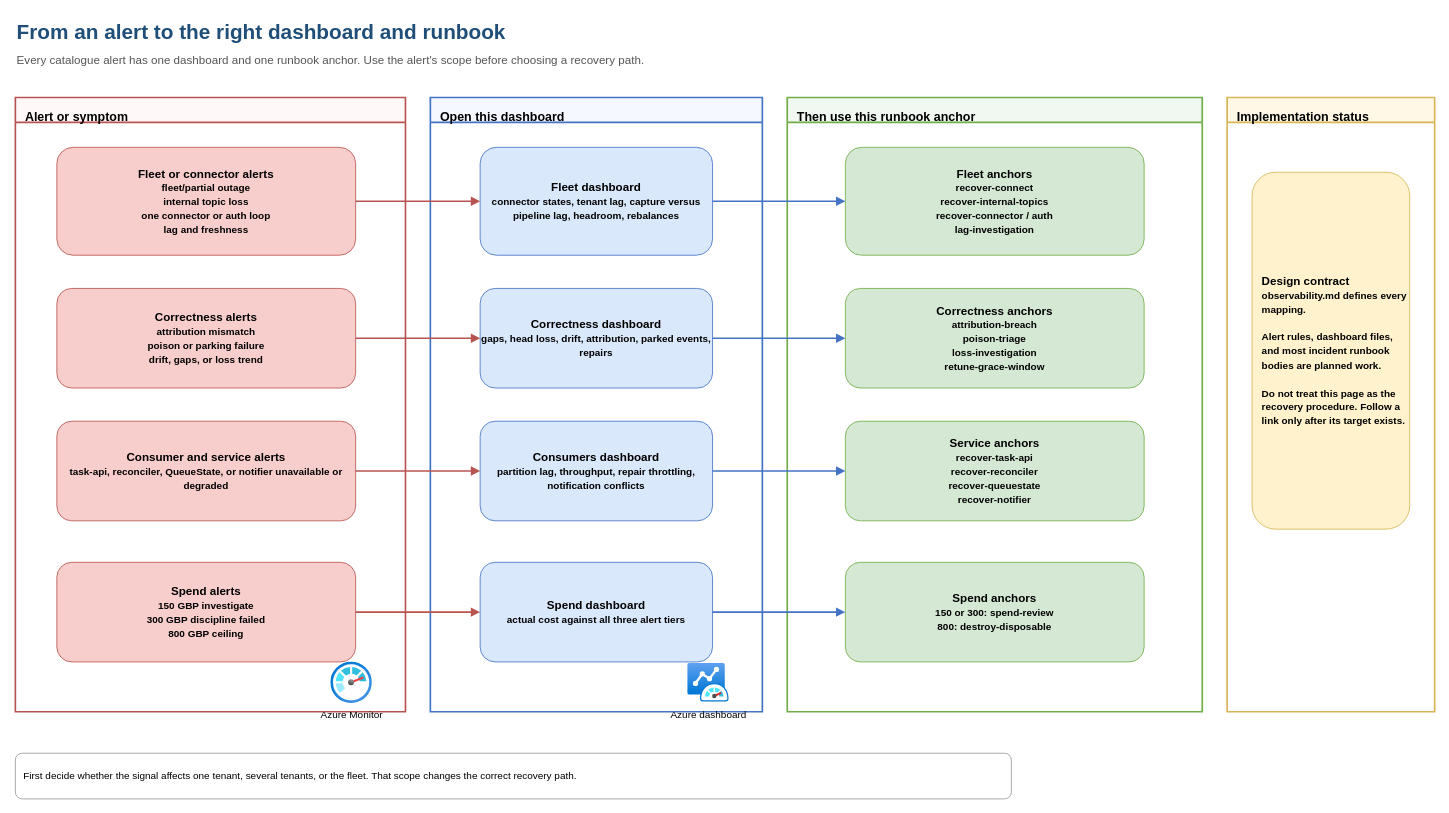
This is docs/diagrams/alert-dashboard-runbook.drawio from collaborationwithothers/cdc-platform-azure, a draw.io file, before an edit. Source tidied: cells renumbered, new cells numbered last; positions are measured from the earlier drawing's top-left corner, leaving out a move shared by most shapes. Both pictures are drawn from the tidied source at 83%, with x=0, y=0 at pixel (15, 14).
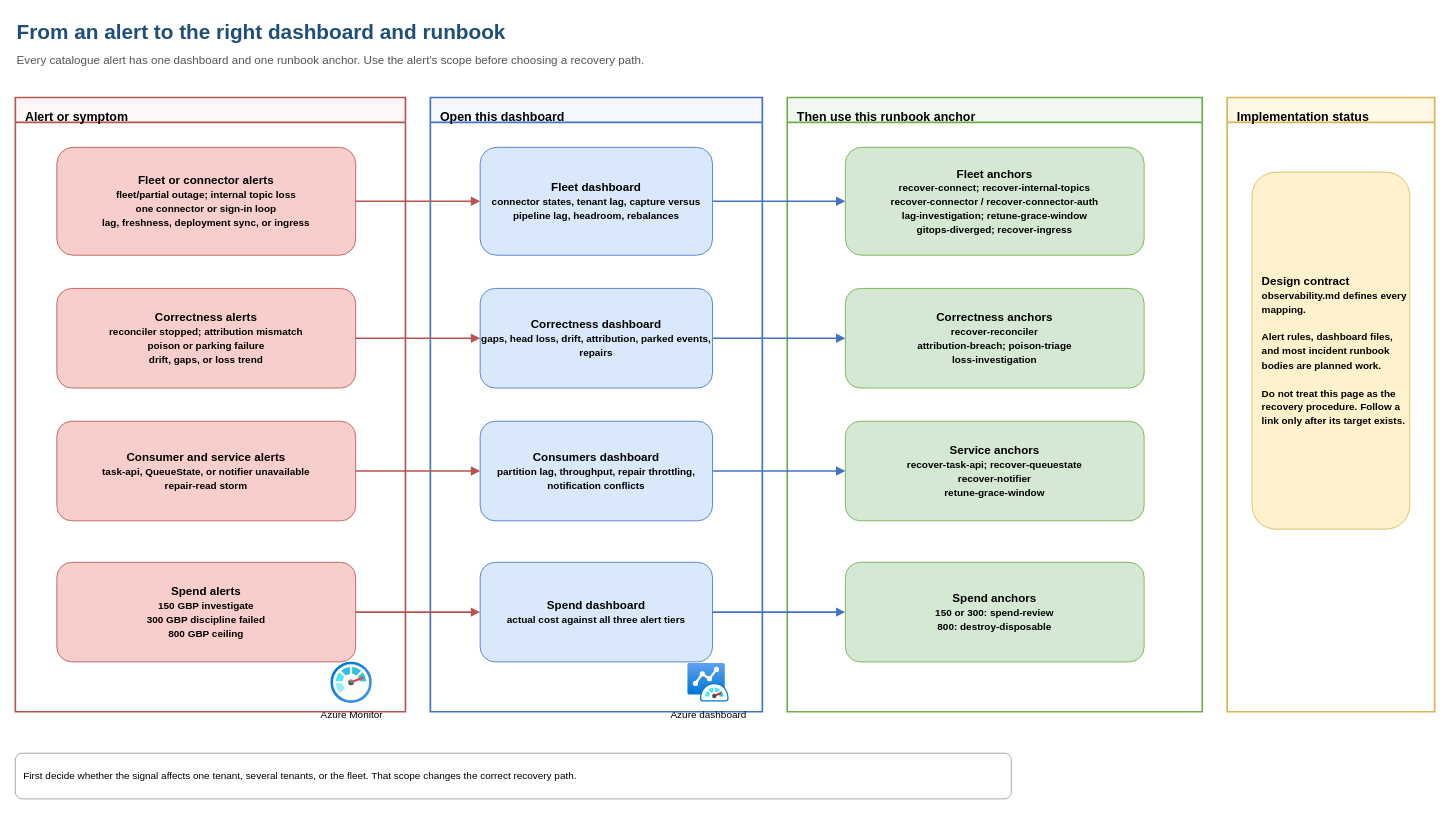
The same diagram, later.

What changed in the source:
```diff
@@
-    <mxCell id="8" value="Fleet or connector alerts&lt;br&gt;&lt;font style=&quot;font-size:12px&quot;&gt;fleet/partial outage&lt;br&gt;internal topic loss&lt;br&gt;one connector or auth loop&lt;br&gt;lag and freshness&lt;/font&gt;" style="rounded=1;whiteSpace=wrap;html=1;fillColor=#f8cecc;strokeColor=#b85450;fontSize=14;fontStyle=1;" parent="1" vertex="1">
+    <mxCell id="8" value="Fleet or connector alerts&lt;br&gt;&lt;font style=&quot;font-size:12px&quot;&gt;fleet/partial outage; internal topic loss&lt;br&gt;one connector or sign-in loop&lt;br&gt;lag, freshness, deployment sync, or ingress&lt;/font&gt;" style="rounded=1;whiteSpace=wrap;html=1;fillColor=#f8cecc;strokeColor=#b85450;fontSize=14;fontStyle=1;" parent="1" vertex="1">
       <mxGeometry x="50" y="160" width="360" height="130" as="geometry" />
     </mxCell>
-    <mxCell id="9" value="Correctness alerts&lt;br&gt;&lt;font style=&quot;font-size:12px&quot;&gt;attribution mismatch&lt;br&gt;poison or parking failure&lt;br&gt;drift, gaps, or loss trend&lt;/font&gt;" style="rounded=1;whiteSpace=wrap;html=1;fillColor=#f8cecc;strokeColor=#b85450;fontSize=14;fontStyle=1;" parent="1" vertex="1">
+    <mxCell id="9" value="Correctness alerts&lt;br&gt;&lt;font style=&quot;font-size:12px&quot;&gt;reconciler stopped; attribution mismatch&lt;br&gt;poison or parking failure&lt;br&gt;drift, gaps, or loss trend&lt;/font&gt;" style="rounded=1;whiteSpace=wrap;html=1;fillColor=#f8cecc;strokeColor=#b85450;fontSize=14;fontStyle=1;" parent="1" vertex="1">
       <mxGeometry x="50" y="330" width="360" height="120" as="geometry" />
     </mxCell>
-    <mxCell id="10" value="Consumer and service alerts&lt;br&gt;&lt;font style=&quot;font-size:12px&quot;&gt;task-api, reconciler, QueueState, or notifier unavailable or degraded&lt;/font&gt;" style="rounded=1;whiteSpace=wrap;html=1;fillColor=#f8cecc;strokeColor=#b85450;fontSize=14;fontStyle=1;" parent="1" vertex="1">
+    <mxCell id="10" value="Consumer and service alerts&lt;br&gt;&lt;font style=&quot;font-size:12px&quot;&gt;task-api, QueueState, or notifier unavailable&lt;br&gt;repair-read storm&lt;/font&gt;" style="rounded=1;whiteSpace=wrap;html=1;fillColor=#f8cecc;strokeColor=#b85450;fontSize=14;fontStyle=1;" parent="1" vertex="1">
       <mxGeometry x="50" y="490" width="360" height="120" as="geometry" />
     </mxCell>
@@
-    <mxCell id="16" value="Fleet anchors&lt;br&gt;&lt;font style=&quot;font-size:12px&quot;&gt;recover-connect&lt;br&gt;recover-internal-topics&lt;br&gt;recover-connector / auth&lt;br&gt;lag-investigation&lt;/font&gt;" style="rounded=1;whiteSpace=wrap;html=1;fillColor=#d5e8d4;strokeColor=#70ad47;fontSize=14;fontStyle=1;" parent="1" vertex="1">
+    <mxCell id="16" value="Fleet anchors&lt;br&gt;&lt;font style=&quot;font-size:12px&quot;&gt;recover-connect; recover-internal-topics&lt;br&gt;recover-connector / recover-connector-auth&lt;br&gt;lag-investigation; retune-grace-window&lt;br&gt;gitops-diverged; recover-ingress&lt;/font&gt;" style="rounded=1;whiteSpace=wrap;html=1;fillColor=#d5e8d4;strokeColor=#70ad47;fontSize=14;fontStyle=1;" parent="1" vertex="1">
       <mxGeometry x="1000" y="160" width="360" height="130" as="geometry" />
     </mxCell>
-    <mxCell id="17" value="Correctness anchors&lt;br&gt;&lt;font style=&quot;font-size:12px&quot;&gt;attribution-breach&lt;br&gt;poison-triage&lt;br&gt;loss-investigation&lt;br&gt;retune-grace-window&lt;/font&gt;" style="rounded=1;whiteSpace=wrap;html=1;fillColor=#d5e8d4;strokeColor=#70ad47;fontSize=14;fontStyle=1;" parent="1" vertex="1">
+    <mxCell id="17" value="Correctness anchors&lt;br&gt;&lt;font style=&quot;font-size:12px&quot;&gt;recover-reconciler&lt;br&gt;attribution-breach; poison-triage&lt;br&gt;loss-investigation&lt;/font&gt;" style="rounded=1;whiteSpace=wrap;html=1;fillColor=#d5e8d4;strokeColor=#70ad47;fontSize=14;fontStyle=1;" parent="1" vertex="1">
       <mxGeometry x="1000" y="330" width="360" height="120" as="geometry" />
     </mxCell>
-    <mxCell id="18" value="Service anchors&lt;br&gt;&lt;font style=&quot;font-size:12px&quot;&gt;recover-task-api&lt;br&gt;recover-reconciler&lt;br&gt;recover-queuestate&lt;br&gt;recover-notifier&lt;/font&gt;" style="rounded=1;whiteSpace=wrap;html=1;fillColor=#d5e8d4;strokeColor=#70ad47;fontSize=14;fontStyle=1;" parent="1" vertex="1">
+    <mxCell id="18" value="Service anchors&lt;br&gt;&lt;font style=&quot;font-size:12px&quot;&gt;recover-task-api; recover-queuestate&lt;br&gt;recover-notifier&lt;br&gt;retune-grace-window&lt;/font&gt;" style="rounded=1;whiteSpace=wrap;html=1;fillColor=#d5e8d4;strokeColor=#70ad47;fontSize=14;fontStyle=1;" parent="1" vertex="1">
       <mxGeometry x="1000" y="490" width="360" height="120" as="geometry" />
     </mxCell>
```
